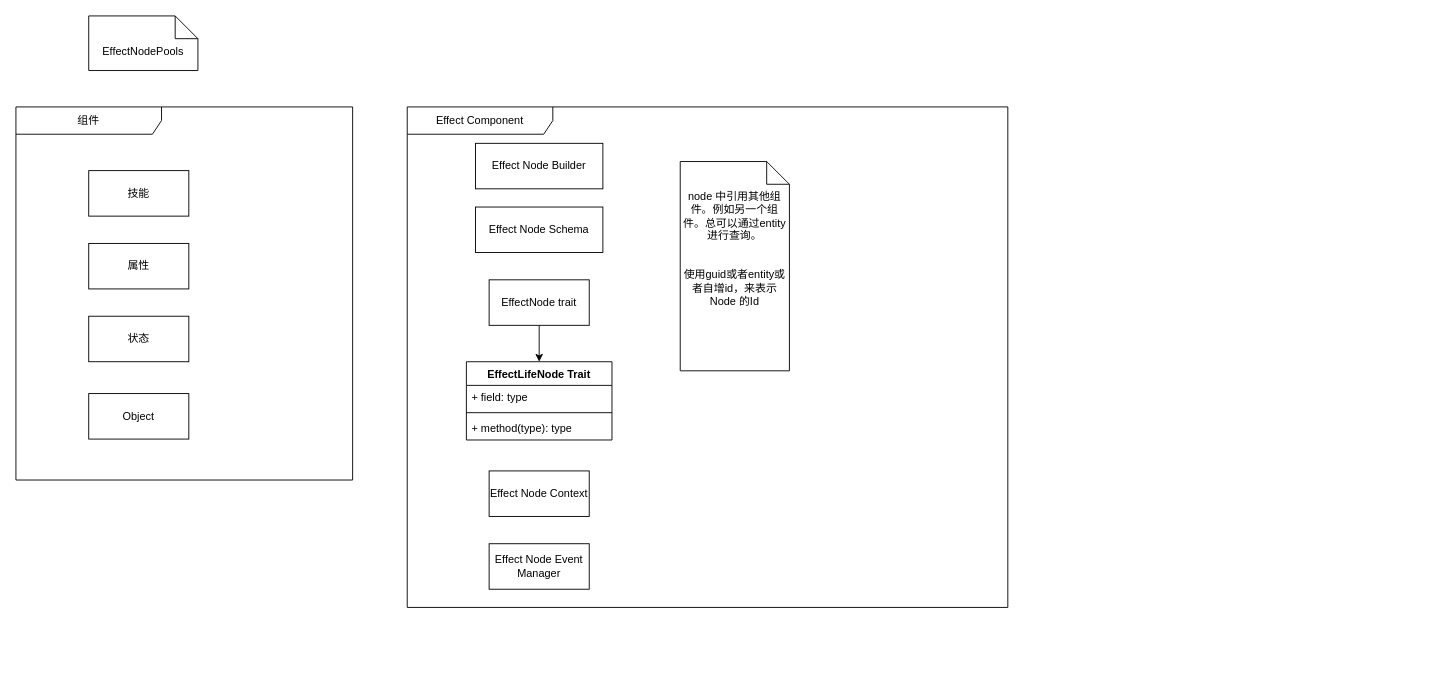
qiboda/atom keeps this draw.io diagram as doc/drawio/ability.drawio. Above is the earlier version. Source tidied: cells renumbered, new cells numbered last; positions are measured from the earlier drawing's top-left corner, leaving out a move shared by most shapes. Both pictures are drawn from the tidied source at 91%, with x=0, y=0 at pixel (15, 15).
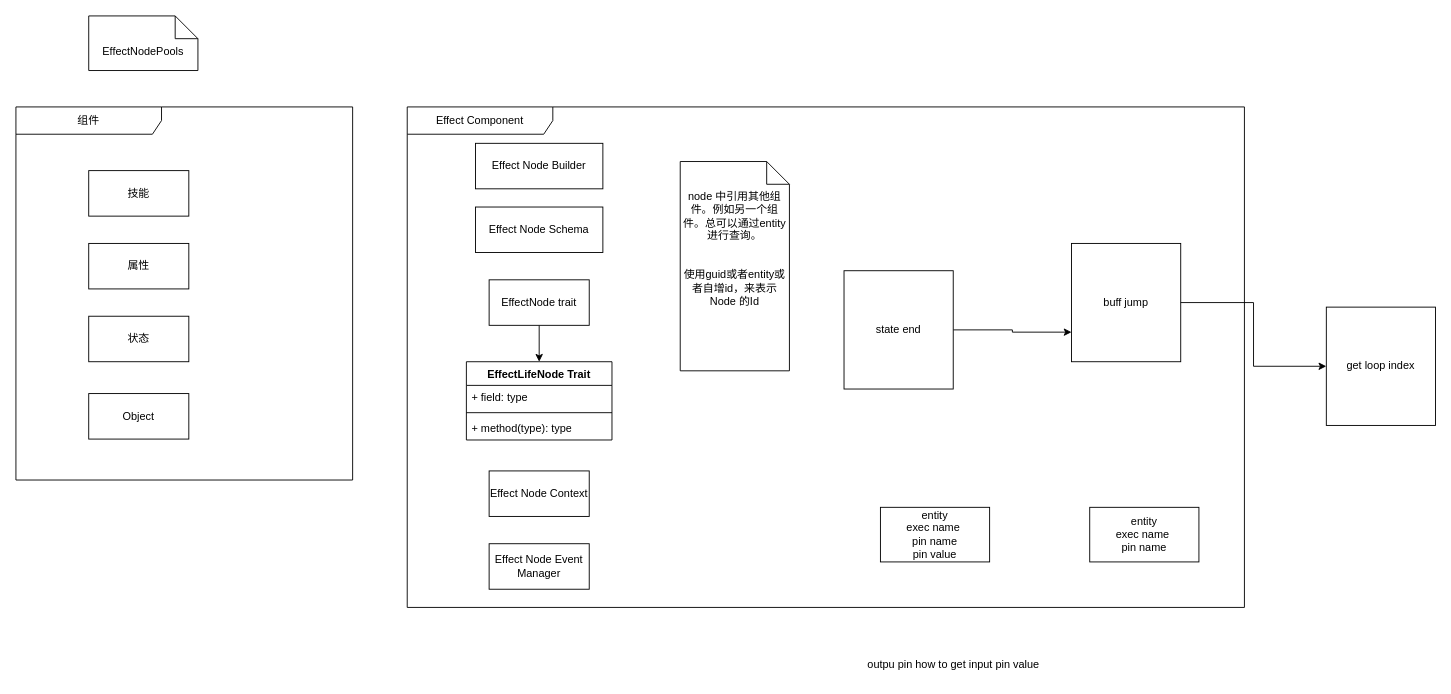
Above is the later version.

What changed in the source:
```diff
@@
     <mxCell id="8" value="Effect Component" style="shape=umlFrame;whiteSpace=wrap;html=1;width=160;" parent="1" vertex="1">
-      <mxGeometry x="430" y="100" width="660" height="550" as="geometry" />
+      <mxGeometry x="430" y="100" width="920" height="550" as="geometry" />
     </mxCell>
@@
+    <mxCell id="20" style="edgeStyle=orthogonalEdgeStyle;rounded=0;jettySize=auto;html=1;entryX=0;entryY=0.75;entryDx=0;entryDy=0;" parent="8" edge="1" source="21" target="22">
+      <mxGeometry relative="1" as="geometry" />
+    </mxCell>
+    <mxCell id="21" value="state end" style="rounded=0;whiteSpace=wrap;html=1;" parent="8" vertex="1">
+      <mxGeometry x="480" y="180" width="120" height="130" as="geometry" />
+    </mxCell>
+    <mxCell id="22" value="buff jump" style="rounded=0;whiteSpace=wrap;html=1;" parent="8" vertex="1">
+      <mxGeometry x="730" y="150" width="120" height="130" as="geometry" />
+    </mxCell>
+    <mxCell id="23" value="entity&lt;br&gt;exec name&amp;nbsp;&lt;br&gt;pin name&lt;br&gt;pin value" style="rounded=0;whiteSpace=wrap;html=1;" parent="8" vertex="1">
+      <mxGeometry x="520" y="440" width="120" height="60" as="geometry" />
+    </mxCell>
+    <mxCell id="24" value="entity&lt;br style=&quot;border-color: var(--border-color);&quot;&gt;exec name&amp;nbsp;&lt;br style=&quot;border-color: var(--border-color);&quot;&gt;pin name" style="rounded=0;whiteSpace=wrap;html=1;" parent="8" vertex="1">
+      <mxGeometry x="750" y="440" width="120" height="60" as="geometry" />
+    </mxCell>
+    <mxCell id="25" value="get loop index" style="rounded=0;whiteSpace=wrap;html=1;" parent="1" vertex="1">
+      <mxGeometry x="1440" y="320" width="120" height="130" as="geometry" />
+    </mxCell>
+    <mxCell id="26" style="edgeStyle=orthogonalEdgeStyle;rounded=0;jettySize=auto;html=1;" parent="1" edge="1" source="22" target="25">
+      <mxGeometry relative="1" as="geometry" />
+    </mxCell>
+    <mxCell id="27" value="outpu pin how to get input pin value" style="text;html=1;align=center;verticalAlign=middle;strokeColor=none;fillColor=none;" parent="1" vertex="1">
+      <mxGeometry x="925" y="698" width="210" height="30" as="geometry" />
+    </mxCell>
```
